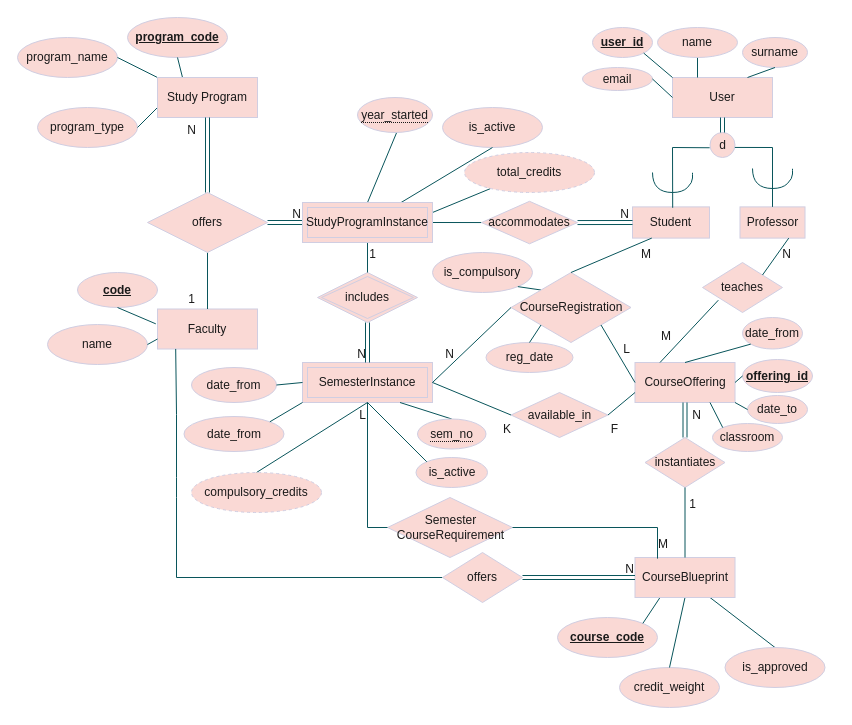
The draw.io diagram DBschema.drawio in dmitru4ok/course-management, before the edit. Source tidied: cells renumbered, new cells numbered last; positions are measured from the earlier drawing's top-left corner, leaving out a move shared by most shapes. Both pictures are drawn from the tidied source at 100%, with x=0, y=0 at pixel (17, 17).
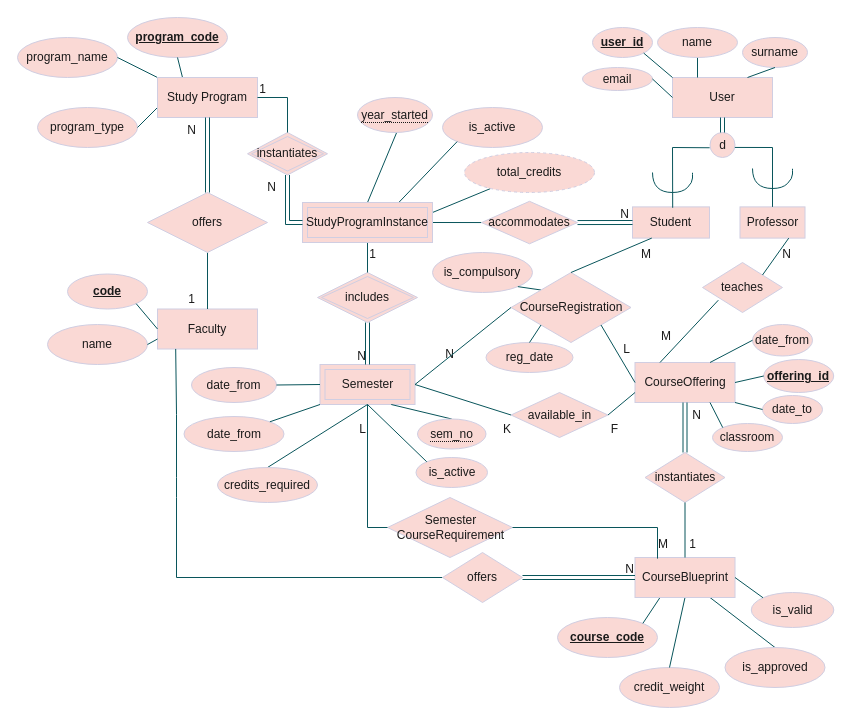
After the change.

Commit message (it also covers changes not shown here):
modify schema based on ER diagram

The change refers to these unchanged cells:
```xml
<mxCell id="2" value="Faculty" style="whiteSpace=wrap;html=1;align=center;labelBackgroundColor=none;fillColor=#FAD9D5;strokeColor=#D0CEE2;fontColor=#1A1A1A;" parent="1" vertex="1">
  <mxGeometry x="140" y="291.5" width="100" height="40" as="geometry" />
</mxCell>
<mxCell id="9" value="offers" style="shape=rhombus;perimeter=rhombusPerimeter;whiteSpace=wrap;html=1;align=center;labelBackgroundColor=none;fillColor=#FAD9D5;strokeColor=#D0CEE2;fontColor=#1A1A1A;" parent="1" vertex="1">
  <mxGeometry x="130" y="175" width="120" height="60" as="geometry" />
</mxCell>
<mxCell id="16" value="CourseOffering" style="whiteSpace=wrap;html=1;align=center;labelBackgroundColor=none;fillColor=#FAD9D5;strokeColor=#D0CEE2;fontColor=#1A1A1A;" parent="1" vertex="1">
  <mxGeometry x="617.5" y="345" width="100" height="40" as="geometry" />
</mxCell>
<mxCell id="42" value="is_active" style="ellipse;whiteSpace=wrap;html=1;align=center;labelBackgroundColor=none;fillColor=#FAD9D5;strokeColor=#D0CEE2;fontColor=#1A1A1A;" parent="1" vertex="1">
  <mxGeometry x="425" y="90" width="100" height="40" as="geometry" />
</mxCell>
<mxCell id="55" value="CourseBlueprint" style="whiteSpace=wrap;html=1;align=center;labelBackgroundColor=none;fillColor=#FAD9D5;strokeColor=#D0CEE2;fontColor=#1A1A1A;" parent="1" vertex="1">
  <mxGeometry x="617.5" y="540" width="100" height="40" as="geometry" />
</mxCell>
<mxCell id="107" value="Study Program" style="whiteSpace=wrap;html=1;align=center;labelBackgroundColor=none;fillColor=#FAD9D5;strokeColor=#D0CEE2;fontColor=#1A1A1A;" parent="1" vertex="1">
  <mxGeometry x="140" y="60" width="100" height="40" as="geometry" />
</mxCell>
<mxCell id="110" value="StudyProgramInstance" style="shape=ext;margin=3;double=1;whiteSpace=wrap;html=1;align=center;labelBackgroundColor=none;fillColor=#FAD9D5;strokeColor=#D0CEE2;fontColor=#1A1A1A;" parent="1" vertex="1">
  <mxGeometry x="285" y="185" width="130" height="40" as="geometry" />
</mxCell>
```

What changed in the source:
```diff
@@
     <mxCell id="3" value="&lt;b&gt;code&lt;/b&gt;" style="ellipse;whiteSpace=wrap;html=1;align=center;fontStyle=4;labelBackgroundColor=none;fillColor=#FAD9D5;strokeColor=#D0CEE2;fontColor=#1A1A1A;" parent="1" vertex="1">
-      <mxGeometry x="60" y="255" width="80" height="35" as="geometry" />
+      <mxGeometry x="50" y="256.5" width="80" height="35" as="geometry" />
     </mxCell>
-    <mxCell id="4" style="endArrow=none;html=1;rounded=0;exitX=0.5;exitY=1;exitDx=0;exitDy=0;labelBackgroundColor=none;fontColor=default;strokeColor=#09555B;entryX=-0.017;entryY=0.371;entryDx=0;entryDy=0;entryPerimeter=0;" parent="1" edge="1" source="3" target="2">
+    <mxCell id="4" style="endArrow=none;html=1;rounded=0;exitX=1;exitY=1;exitDx=0;exitDy=0;labelBackgroundColor=none;fontColor=default;strokeColor=#09555B;entryX=0;entryY=0.5;entryDx=0;entryDy=0;" parent="1" edge="1" source="3" target="2">
       <mxGeometry relative="1" as="geometry" />
     </mxCell>
-    <mxCell id="5" style="shape=link;html=1;rounded=0;exitX=1;exitY=0.5;exitDx=0;exitDy=0;entryX=0;entryY=0.5;entryDx=0;entryDy=0;labelBackgroundColor=none;fontColor=default;strokeColor=#09555B;" parent="1" edge="1" source="9" target="110">
-      <mxGeometry relative="1" as="geometry" />
-    </mxCell>
-    <mxCell id="6" value="N" style="html=1;whiteSpace=wrap;align=right;verticalAlign=bottom;labelBackgroundColor=none;fillColor=#FAD9D5;strokeColor=#D0CEE2;fontColor=#1A1A1A;" parent="5" vertex="1">
-      <mxGeometry x="1" relative="1" as="geometry" />
-    </mxCell>
@@
-    <mxCell id="10" value="SemesterInstance" style="shape=ext;margin=3;double=1;whiteSpace=wrap;html=1;align=center;labelBackgroundColor=none;fillColor=#FAD9D5;strokeColor=#D0CEE2;fontColor=#1A1A1A;" parent="1" vertex="1">
-      <mxGeometry x="285" y="345" width="130" height="40" as="geometry" />
+    <mxCell id="10" value="Semester" style="shape=ext;margin=3;double=1;whiteSpace=wrap;html=1;align=center;labelBackgroundColor=none;fillColor=#FAD9D5;strokeColor=#D0CEE2;fontColor=#1A1A1A;" parent="1" vertex="1">
+      <mxGeometry x="302.5" y="347" width="95" height="40" as="geometry" />
     </mxCell>
@@
-    <mxCell id="21" style="endArrow=none;html=1;rounded=0;exitX=0.5;exitY=0;exitDx=0;exitDy=0;entryX=0.5;entryY=1;entryDx=0;entryDy=0;labelBackgroundColor=none;fontColor=default;strokeColor=#09555B;" parent="1" edge="1" source="24" target="10">
+    <mxCell id="21" style="endArrow=none;html=1;rounded=0;exitX=0.5;exitY=0;exitDx=0;exitDy=0;entryX=0.5;entryY=1;entryDx=0;entryDy=0;labelBackgroundColor=none;fontColor=default;strokeColor=#09555B;" parent="1" edge="1" source="121" target="10">
       <mxGeometry relative="1" as="geometry" />
     </mxCell>
@@
-    <mxCell id="24" value="compulsory_credits" style="ellipse;whiteSpace=wrap;html=1;align=center;dashed=1;labelBackgroundColor=none;fillColor=#FAD9D5;strokeColor=#D0CEE2;fontColor=#1A1A1A;" parent="1" vertex="1">
-      <mxGeometry x="174" y="455" width="130" height="40" as="geometry" />
-    </mxCell>
@@
-    <mxCell id="43" style="endArrow=none;html=1;rounded=0;exitX=0.5;exitY=1;exitDx=0;exitDy=0;entryX=0.716;entryY=0.083;entryDx=0;entryDy=0;labelBackgroundColor=none;fontColor=default;strokeColor=#09555B;entryPerimeter=0;" parent="1" edge="1" source="42" target="110">
+    <mxCell id="43" style="endArrow=none;html=1;rounded=0;exitX=0;exitY=1;exitDx=0;exitDy=0;entryX=0.716;entryY=0.083;entryDx=0;entryDy=0;labelBackgroundColor=none;fontColor=default;strokeColor=#09555B;entryPerimeter=0;" parent="1" edge="1" source="42" target="110">
       <mxGeometry relative="1" as="geometry" />
     </mxCell>
@@
     <mxCell id="59" value="instantiates" style="shape=rhombus;perimeter=rhombusPerimeter;whiteSpace=wrap;html=1;align=center;labelBackgroundColor=none;fillColor=#FAD9D5;strokeColor=#D0CEE2;fontColor=#1A1A1A;" parent="1" vertex="1">
-      <mxGeometry x="627.5" y="420" width="80" height="50" as="geometry" />
+      <mxGeometry x="627.5" y="435" width="80" height="50" as="geometry" />
     </mxCell>
@@
     <mxCell id="68" value="1" style="html=1;whiteSpace=wrap;align=right;verticalAlign=bottom;labelBackgroundColor=none;fillColor=#FAD9D5;strokeColor=#D0CEE2;fontColor=#1A1A1A;" parent="1" vertex="1">
-      <mxGeometry x="680" y="495" as="geometry" />
+      <mxGeometry x="680" y="535" as="geometry" />
     </mxCell>
     <mxCell id="69" value="date_from" style="ellipse;whiteSpace=wrap;html=1;align=center;labelBackgroundColor=none;fillColor=#FAD9D5;strokeColor=#D0CEE2;fontColor=#1A1A1A;" parent="1" vertex="1">
-      <mxGeometry x="725" y="300" width="60" height="31.5" as="geometry" />
+      <mxGeometry x="735" y="307" width="60" height="31.5" as="geometry" />
     </mxCell>
     <mxCell id="70" value="date_to" style="ellipse;whiteSpace=wrap;html=1;align=center;labelBackgroundColor=none;fillColor=#FAD9D5;strokeColor=#D0CEE2;fontColor=#1A1A1A;" parent="1" vertex="1">
-      <mxGeometry x="730" y="378" width="60" height="28" as="geometry" />
+      <mxGeometry x="745" y="378" width="60" height="28" as="geometry" />
     </mxCell>
@@
-    <mxCell id="72" style="endArrow=none;html=1;rounded=0;exitX=0;exitY=1;exitDx=0;exitDy=0;entryX=0.5;entryY=0;entryDx=0;entryDy=0;labelBackgroundColor=none;fontColor=default;strokeColor=#09555B;" parent="1" edge="1" source="69" target="16">
+    <mxCell id="72" style="endArrow=none;html=1;rounded=0;exitX=0;exitY=0.5;exitDx=0;exitDy=0;entryX=0.75;entryY=0;entryDx=0;entryDy=0;labelBackgroundColor=none;fontColor=default;strokeColor=#09555B;" parent="1" edge="1" source="69" target="16">
       <mxGeometry relative="1" as="geometry" />
     </mxCell>
@@
     <mxCell id="75" value="&lt;b&gt;offering_id&lt;/b&gt;" style="ellipse;whiteSpace=wrap;html=1;align=center;fontStyle=4;labelBackgroundColor=none;fillColor=#FAD9D5;strokeColor=#D0CEE2;fontColor=#1A1A1A;" parent="1" vertex="1">
-      <mxGeometry x="725" y="342" width="70" height="33" as="geometry" />
+      <mxGeometry x="746.2" y="342" width="70" height="33" as="geometry" />
     </mxCell>
@@
     <mxCell id="116" value="L" style="html=1;whiteSpace=wrap;align=right;verticalAlign=bottom;labelBackgroundColor=none;fillColor=#FAD9D5;strokeColor=#D0CEE2;fontColor=#1A1A1A;" parent="1" vertex="1">
-      <mxGeometry x="350" y="406" as="geometry" />
+      <mxGeometry x="350" y="420" as="geometry" />
     </mxCell>
+    <mxCell id="117" value="instantiates" style="shape=rhombus;double=1;perimeter=rhombusPerimeter;whiteSpace=wrap;html=1;align=center;labelBackgroundColor=none;fillColor=#FAD9D5;strokeColor=#D0CEE2;fontColor=#1A1A1A;" parent="1" vertex="1">
+      <mxGeometry x="230" y="115" width="80" height="42.5" as="geometry" />
+    </mxCell>
+    <mxCell id="118" style="endArrow=none;html=1;rounded=0;entryX=0.5;entryY=0;entryDx=0;entryDy=0;exitX=1;exitY=0.5;exitDx=0;exitDy=0;labelBackgroundColor=none;fontColor=default;strokeColor=#09555B;" parent="1" edge="1" source="107" target="117">
+      <mxGeometry relative="1" as="geometry">
+        <Array as="points">
+          <mxPoint x="270" y="80" />
+        </Array>
+      </mxGeometry>
+    </mxCell>
+    <mxCell id="119" style="shape=link;html=1;rounded=0;exitX=0;exitY=0.5;exitDx=0;exitDy=0;entryX=0.5;entryY=1;entryDx=0;entryDy=0;labelBackgroundColor=none;fontColor=default;strokeColor=#09555B;" parent="1" edge="1" source="110" target="117">
+      <mxGeometry relative="1" as="geometry">
+        <Array as="points">
+          <mxPoint x="270" y="205" />
+        </Array>
+      </mxGeometry>
+    </mxCell>
+    <mxCell id="6" value="N" style="html=1;whiteSpace=wrap;align=right;verticalAlign=bottom;labelBackgroundColor=none;fillColor=#FAD9D5;strokeColor=#D0CEE2;fontColor=#1A1A1A;" parent="119" vertex="1">
+      <mxGeometry x="1" relative="1" as="geometry">
+        <mxPoint x="-10" y="21" as="offset" />
+      </mxGeometry>
+    </mxCell>
+    <mxCell id="120" value="1" style="html=1;whiteSpace=wrap;align=right;verticalAlign=bottom;labelBackgroundColor=none;fillColor=#FAD9D5;strokeColor=#D0CEE2;fontColor=#1A1A1A;" parent="1" vertex="1">
+      <mxGeometry x="250" y="80" as="geometry" />
+    </mxCell>
+    <mxCell id="121" value="credits_required" style="ellipse;whiteSpace=wrap;html=1;align=center;labelBackgroundColor=none;fillColor=#FAD9D5;strokeColor=#D0CEE2;fontColor=#1A1A1A;" parent="1" vertex="1">
+      <mxGeometry x="200" y="450" width="100" height="35" as="geometry" />
+    </mxCell>
+    <mxCell id="122" value="is_valid" style="ellipse;whiteSpace=wrap;html=1;align=center;labelBackgroundColor=none;fillColor=#FAD9D5;strokeColor=#D0CEE2;fontColor=#1A1A1A;" parent="1" vertex="1">
+      <mxGeometry x="733.8" y="575" width="82.5" height="35" as="geometry" />
+    </mxCell>
+    <mxCell id="123" style="endArrow=none;html=1;rounded=0;exitX=0;exitY=0;exitDx=0;exitDy=0;entryX=1;entryY=0.5;entryDx=0;entryDy=0;labelBackgroundColor=none;fontColor=default;strokeColor=#09555B;" parent="1" edge="1" source="122" target="55">
+      <mxGeometry relative="1" as="geometry" />
+    </mxCell>
```
